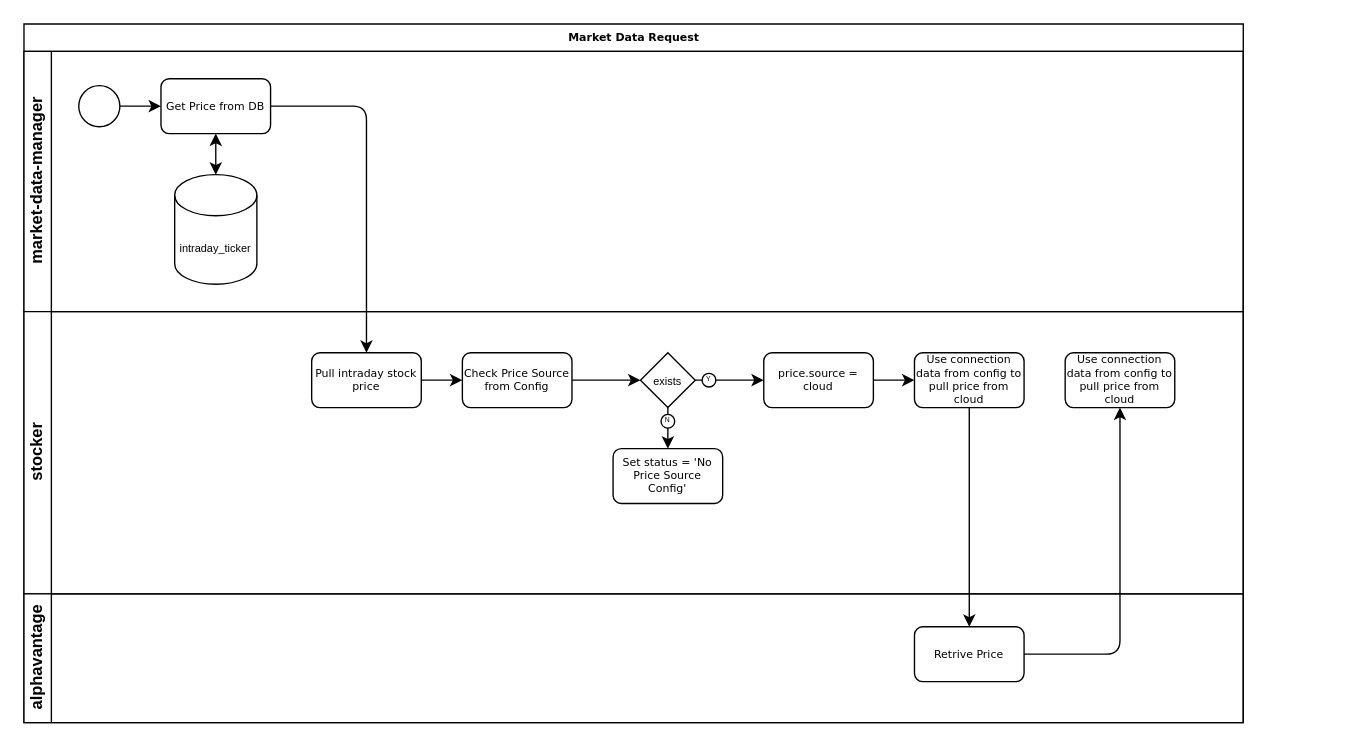
Before: market-data/Untitled Diagram.drawio in RicardoVCDev/flowcharts, a draw.io diagram. Source tidied: cells renumbered, new cells numbered last; positions are measured from the earlier drawing's top-left corner, leaving out a move shared by most shapes. Both pictures are drawn from the tidied source at 137%, with x=0, y=0 at pixel (23, 23).
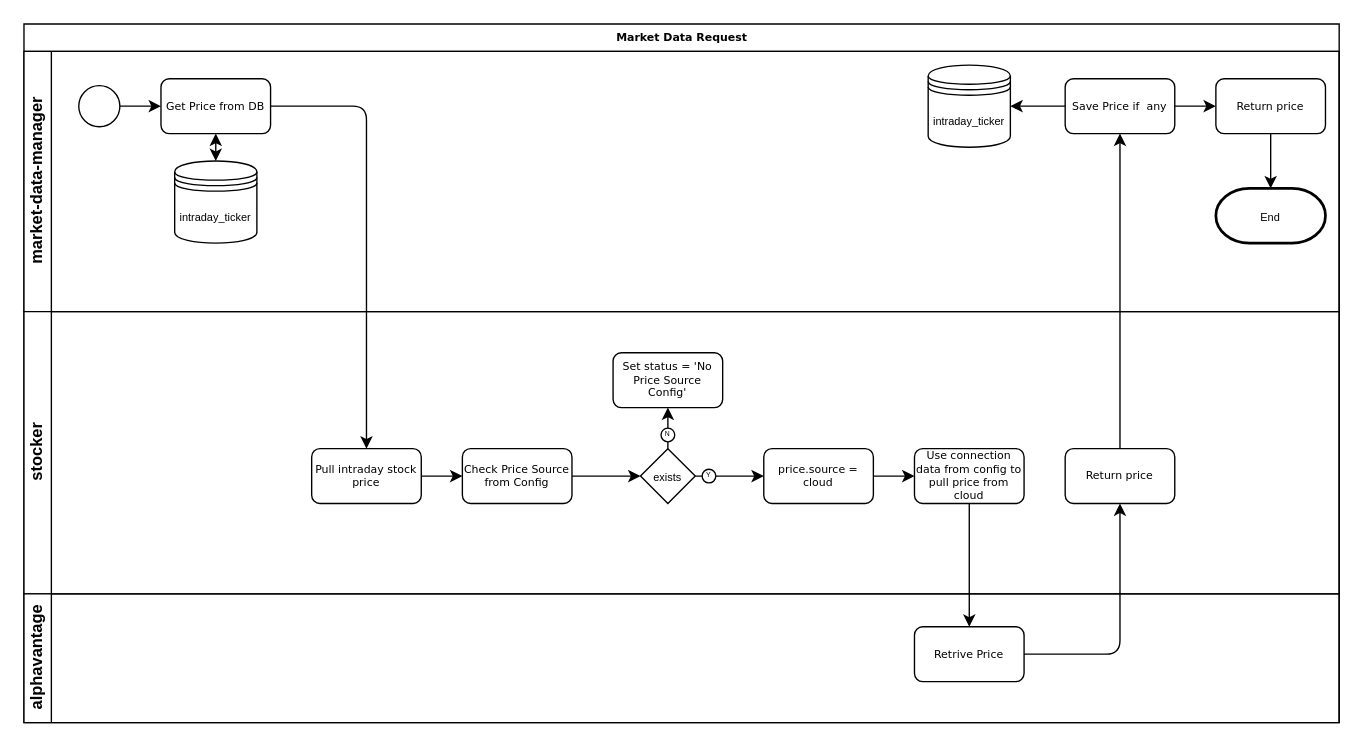
Above is the later version.

Unchanged cells that the change refers to:
```xml
<mxCell id="5" value="Get Price from DB" style="rounded=1;whiteSpace=wrap;html=1;shadow=0;labelBackgroundColor=none;strokeWidth=1;fontFamily=Verdana;fontSize=8;align=center;" parent="3" vertex="1">
  <mxGeometry x="100" y="20" width="80" height="40" as="geometry" />
</mxCell>
```

Diff of the diagram source:
```diff
@@
     <mxCell id="2" value="Market Data Request" style="swimlane;html=1;horizontal=1;startSize=20;rounded=0;shadow=0;labelBackgroundColor=none;strokeWidth=1;fontFamily=Verdana;fontSize=8;align=center;" parent="1" vertex="1">
-      <mxGeometry width="890" height="510" as="geometry" />
+      <mxGeometry width="960" height="510" as="geometry" />
     </mxCell>
     <mxCell id="3" value="market-data-manager" style="swimlane;html=1;startSize=20;horizontal=0;" parent="2" vertex="1">
-      <mxGeometry y="20" width="890" height="190" as="geometry" />
+      <mxGeometry y="20" width="960" height="190" as="geometry" />
     </mxCell>
@@
-    <mxCell id="7" value="&lt;font style=&quot;font-size: 8px&quot;&gt;intraday_ticker&lt;/font&gt;" style="shape=cylinder3;whiteSpace=wrap;html=1;boundedLbl=1;backgroundOutline=1;size=15;" parent="3" vertex="1">
-      <mxGeometry x="110" y="90" width="60" height="80" as="geometry" />
-    </mxCell>
-    <mxCell id="8" style="endArrow=classic;startArrow=classic;html=1;entryX=0.5;entryY=1;entryDx=0;entryDy=0;exitX=0.5;exitY=0;exitDx=0;exitDy=0;exitPerimeter=0;" parent="3" edge="1" source="7" target="5">
+    <mxCell id="8" style="endArrow=classic;startArrow=classic;html=1;entryX=0.5;entryY=1;entryDx=0;entryDy=0;" parent="3" edge="1" source="36" target="5">
       <mxGeometry relative="1" as="geometry" />
     </mxCell>
+    <mxCell id="29" value="Save Price if &amp;nbsp;any" style="rounded=1;whiteSpace=wrap;html=1;shadow=0;labelBackgroundColor=none;strokeWidth=1;fontFamily=Verdana;fontSize=8;align=center;" parent="3" vertex="1">
+      <mxGeometry x="760" y="20" width="80" height="40" as="geometry" />
+    </mxCell>
+    <mxCell id="30" style="endArrow=classic;html=1;exitX=0;exitY=0.5;exitDx=0;exitDy=0;entryX=1;entryY=0.5;entryDx=0;entryDy=0;" parent="3" edge="1" source="29" target="33">
+      <mxGeometry relative="1" as="geometry" />
+    </mxCell>
+    <mxCell id="31" value="Return price" style="rounded=1;whiteSpace=wrap;html=1;shadow=0;labelBackgroundColor=none;strokeWidth=1;fontFamily=Verdana;fontSize=8;align=center;" parent="3" vertex="1">
+      <mxGeometry x="870" y="20" width="80" height="40" as="geometry" />
+    </mxCell>
+    <mxCell id="32" value="&lt;font style=&quot;font-size: 8px&quot;&gt;End&lt;/font&gt;" style="strokeWidth=2;html=1;shape=mxgraph.flowchart.terminator;whiteSpace=wrap;" parent="3" vertex="1">
+      <mxGeometry x="870" y="100" width="80" height="40" as="geometry" />
+    </mxCell>
+    <mxCell id="33" value="&lt;font style=&quot;font-size: 8px&quot;&gt;intraday_ticker&lt;/font&gt;" style="shape=datastore;whiteSpace=wrap;html=1;" parent="3" vertex="1">
+      <mxGeometry x="660" y="10" width="60" height="60" as="geometry" />
+    </mxCell>
+    <mxCell id="34" style="endArrow=classic;html=1;entryX=0;entryY=0.5;entryDx=0;entryDy=0;exitX=1;exitY=0.5;exitDx=0;exitDy=0;" parent="3" edge="1" source="29" target="31">
+      <mxGeometry relative="1" as="geometry" />
+    </mxCell>
+    <mxCell id="35" style="endArrow=classic;html=1;entryX=0.5;entryY=0;entryDx=0;entryDy=0;entryPerimeter=0;exitX=0.5;exitY=1;exitDx=0;exitDy=0;" parent="3" edge="1" source="31" target="32">
+      <mxGeometry relative="1" as="geometry" />
+    </mxCell>
+    <mxCell id="36" value="&lt;font style=&quot;font-size: 8px&quot;&gt;intraday_ticker&lt;/font&gt;" style="shape=datastore;whiteSpace=wrap;html=1;" parent="3" vertex="1">
+      <mxGeometry x="110" y="80" width="60" height="60" as="geometry" />
+    </mxCell>
     <mxCell id="9" value="stocker" style="swimlane;html=1;startSize=20;horizontal=0;" parent="2" vertex="1">
-      <mxGeometry y="210" width="890" height="206" as="geometry" />
+      <mxGeometry y="210" width="960" height="206" as="geometry" />
     </mxCell>
     <mxCell id="10" value="Pull intraday stock price" style="rounded=1;whiteSpace=wrap;html=1;shadow=0;labelBackgroundColor=none;strokeWidth=1;fontFamily=Verdana;fontSize=8;align=center;" parent="9" vertex="1">
-      <mxGeometry x="210" y="30" width="80" height="40" as="geometry" />
+      <mxGeometry x="210" y="100" width="80" height="40" as="geometry" />
     </mxCell>
     <mxCell id="11" value="Check Price Source from Config" style="rounded=1;whiteSpace=wrap;html=1;shadow=0;labelBackgroundColor=none;strokeWidth=1;fontFamily=Verdana;fontSize=8;align=center;" parent="9" vertex="1">
-      <mxGeometry x="320" y="30" width="80" height="40" as="geometry" />
+      <mxGeometry x="320" y="100" width="80" height="40" as="geometry" />
     </mxCell>
@@
     <mxCell id="13" value="&lt;font style=&quot;font-size: 8px&quot;&gt;exists&lt;/font&gt;" style="rhombus;whiteSpace=wrap;html=1;" parent="9" vertex="1">
-      <mxGeometry x="450" y="30" width="40" height="40" as="geometry" />
+      <mxGeometry x="450" y="100" width="40" height="40" as="geometry" />
     </mxCell>
     <mxCell id="14" value="Use connection data from config to pull price from cloud" style="rounded=1;whiteSpace=wrap;html=1;shadow=0;labelBackgroundColor=none;strokeWidth=1;fontFamily=Verdana;fontSize=8;align=center;" parent="9" vertex="1">
-      <mxGeometry x="650" y="30" width="80" height="40" as="geometry" />
+      <mxGeometry x="650" y="100" width="80" height="40" as="geometry" />
     </mxCell>
     <mxCell id="15" value="price.source = cloud" style="rounded=1;whiteSpace=wrap;html=1;shadow=0;labelBackgroundColor=none;strokeWidth=1;fontFamily=Verdana;fontSize=8;align=center;" parent="9" vertex="1">
-      <mxGeometry x="540" y="30" width="80" height="40" as="geometry" />
+      <mxGeometry x="540" y="100" width="80" height="40" as="geometry" />
     </mxCell>
-    <mxCell id="16" value="Use connection data from config to pull price from cloud" style="rounded=1;whiteSpace=wrap;html=1;shadow=0;labelBackgroundColor=none;strokeWidth=1;fontFamily=Verdana;fontSize=8;align=center;" parent="9" vertex="1">
-      <mxGeometry x="760" y="30" width="80" height="40" as="geometry" />
+    <mxCell id="16" value="Return price" style="rounded=1;whiteSpace=wrap;html=1;shadow=0;labelBackgroundColor=none;strokeWidth=1;fontFamily=Verdana;fontSize=8;align=center;" parent="9" vertex="1">
+      <mxGeometry x="760" y="100" width="80" height="40" as="geometry" />
     </mxCell>
@@
     <mxCell id="20" value="&lt;div style=&quot;text-align: justify&quot;&gt;&lt;span style=&quot;font-size: 6px&quot;&gt;&lt;sup&gt;Y&lt;/sup&gt;&lt;/span&gt;&lt;/div&gt;" style="ellipse;whiteSpace=wrap;html=1;" parent="9" vertex="1">
-      <mxGeometry x="495" y="45" width="10" height="10" as="geometry" />
+      <mxGeometry x="495" y="115" width="10" height="10" as="geometry" />
     </mxCell>
     <mxCell id="21" value="Set status = 'No Price Source Config'" style="rounded=1;whiteSpace=wrap;html=1;shadow=0;labelBackgroundColor=none;strokeWidth=1;fontFamily=Verdana;fontSize=8;align=center;" parent="9" vertex="1">
-      <mxGeometry x="430" y="100" width="80" height="40" as="geometry" />
+      <mxGeometry x="430" y="30" width="80" height="40" as="geometry" />
     </mxCell>
-    <mxCell id="22" style="endArrow=classic;html=1;exitX=0.5;exitY=1;exitDx=0;exitDy=0;entryX=0.5;entryY=0;entryDx=0;entryDy=0;" parent="9" edge="1" source="13" target="21">
+    <mxCell id="22" style="endArrow=classic;html=1;entryX=0.5;entryY=1;entryDx=0;entryDy=0;exitX=0.5;exitY=0;exitDx=0;exitDy=0;" parent="9" edge="1" source="13" target="21">
       <mxGeometry relative="1" as="geometry" />
     </mxCell>
     <mxCell id="23" value="&lt;div style=&quot;text-align: justify&quot;&gt;&lt;span style=&quot;font-size: 6px&quot;&gt;&lt;sup&gt;N&lt;/sup&gt;&lt;/span&gt;&lt;/div&gt;" style="ellipse;whiteSpace=wrap;html=1;" parent="9" vertex="1">
-      <mxGeometry x="465" y="75" width="10" height="10" as="geometry" />
+      <mxGeometry x="465" y="85" width="10" height="10" as="geometry" />
     </mxCell>
     <mxCell id="24" value="alphavantage" style="swimlane;html=1;startSize=20;horizontal=0;" parent="2" vertex="1">
-      <mxGeometry y="416" width="890" height="94" as="geometry" />
+      <mxGeometry y="416" width="960" height="94" as="geometry" />
     </mxCell>
@@
+    <mxCell id="37" style="endArrow=classic;html=1;exitX=0.5;exitY=0;exitDx=0;exitDy=0;entryX=0.5;entryY=1;entryDx=0;entryDy=0;" parent="2" edge="1" source="16" target="29">
+      <mxGeometry relative="1" as="geometry" />
+    </mxCell>
```
